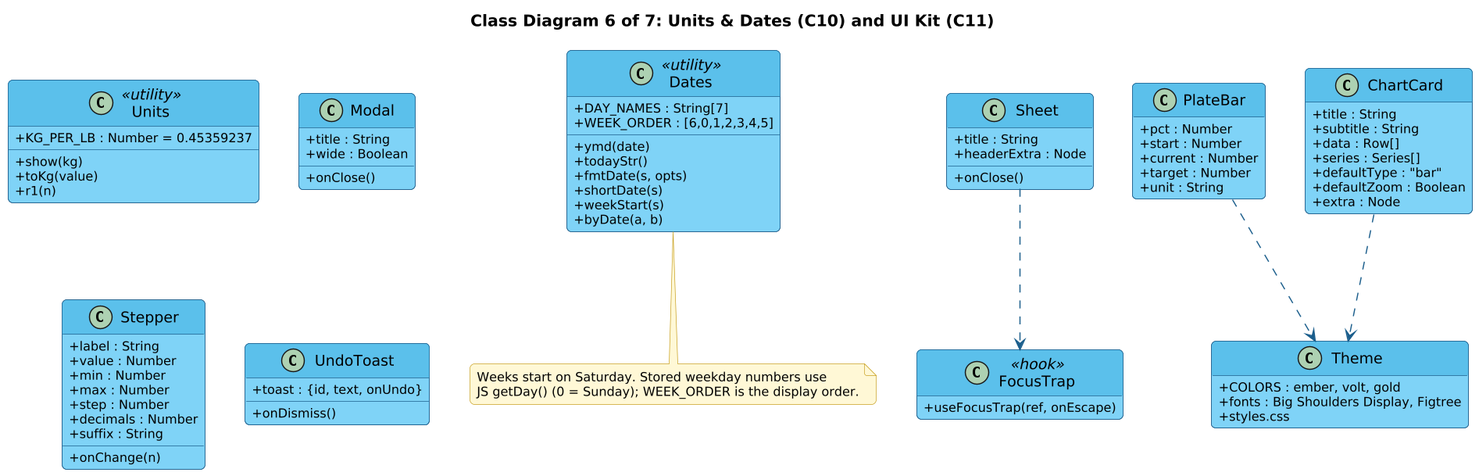
Earlier version of the PlantUML export docs/uml/cl6_shared_ui.png (amryasser017/forge). The source it was exported from:
```plantuml
@startuml
!include style.iuml
title Class Diagram 6 of 7: Units & Dates (C10) and UI Kit (C11)
skinparam classAttributeIconSize 0

class Units <<utility>> {
  +KG_PER_LB : Number = 0.45359237
  +show(kg)
  +toKg(value)
  +r1(n)
}
class Dates <<utility>> {
  +DAY_NAMES : String[7]
  +WEEK_ORDER : [6,0,1,2,3,4,5]
  +ymd(date)
  +todayStr()
  +fmtDate(s, opts)
  +shortDate(s)
  +weekStart(s)
  +byDate(a, b)
}
class Sheet {
  +title : String
  +onClose()
  +headerExtra : Node
}
class Modal {
  +title : String
  +onClose()
  +wide : Boolean
}
class Stepper {
  +label : String
  +value : Number
  +onChange(n)
  +min : Number
  +max : Number
  +step : Number
  +decimals : Number
  +suffix : String
}
class UndoToast {
  +toast : {id, text, onUndo}
  +onDismiss()
}
class PlateBar {
  +pct : Number
  +start : Number
  +current : Number
  +target : Number
  +unit : String
}
class ChartCard {
  +title : String
  +subtitle : String
  +data : Row[]
  +series : Series[]
  +defaultType : "bar"
  +defaultZoom : Boolean
  +extra : Node
}
class FocusTrap <<hook>> {
  +useFocusTrap(ref, onEscape)
}
class Theme {
  +COLORS : ember, volt, gold
  +fonts : Big Shoulders Display, Figtree
  +styles.css
}

Sheet ..> FocusTrap
ChartCard ..> Theme
PlateBar ..> Theme
note bottom of Dates
  Weeks start on Saturday. Stored weekday numbers use
  JS getDay() (0 = Sunday); WEEK_ORDER is the display order.
end note
@enduml
```
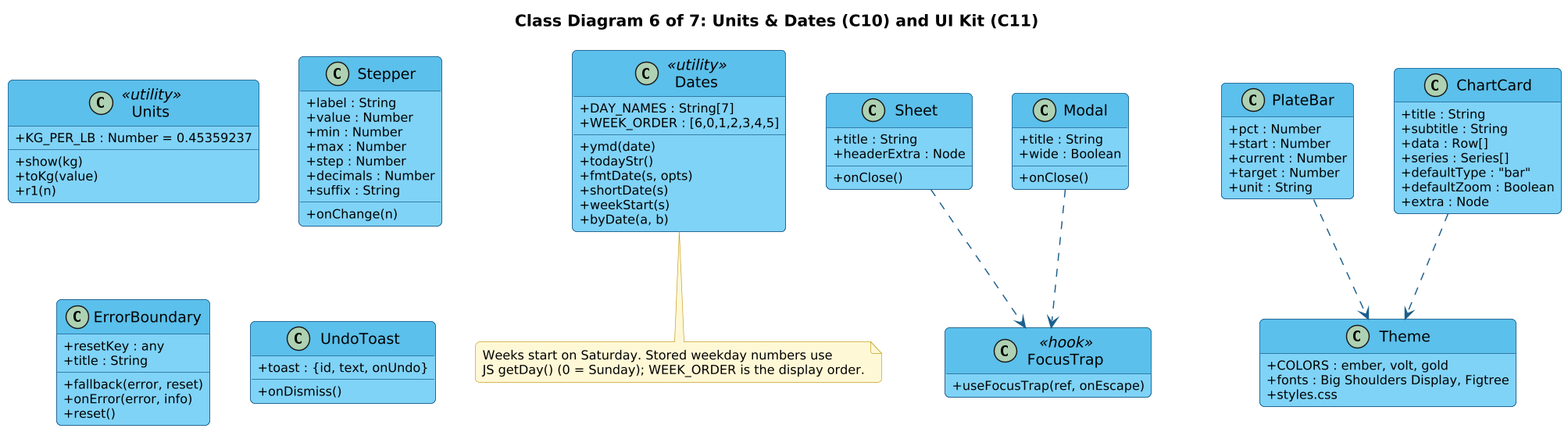
Above is the later version.

Diff of the diagram source:
```diff
@@ -39,6 +39,13 @@
   +decimals : Number
   +suffix : String
 }
+class ErrorBoundary {
+  +fallback(error, reset)
+  +resetKey : any
+  +onError(error, info)
+  +title : String
+  +reset()
+}
 class UndoToast {
   +toast : {id, text, onUndo}
   +onDismiss()
@@ -69,6 +76,7 @@
 }
 
 Sheet ..> FocusTrap
+Modal ..> FocusTrap
 ChartCard ..> Theme
 PlateBar ..> Theme
 note bottom of Dates
```
